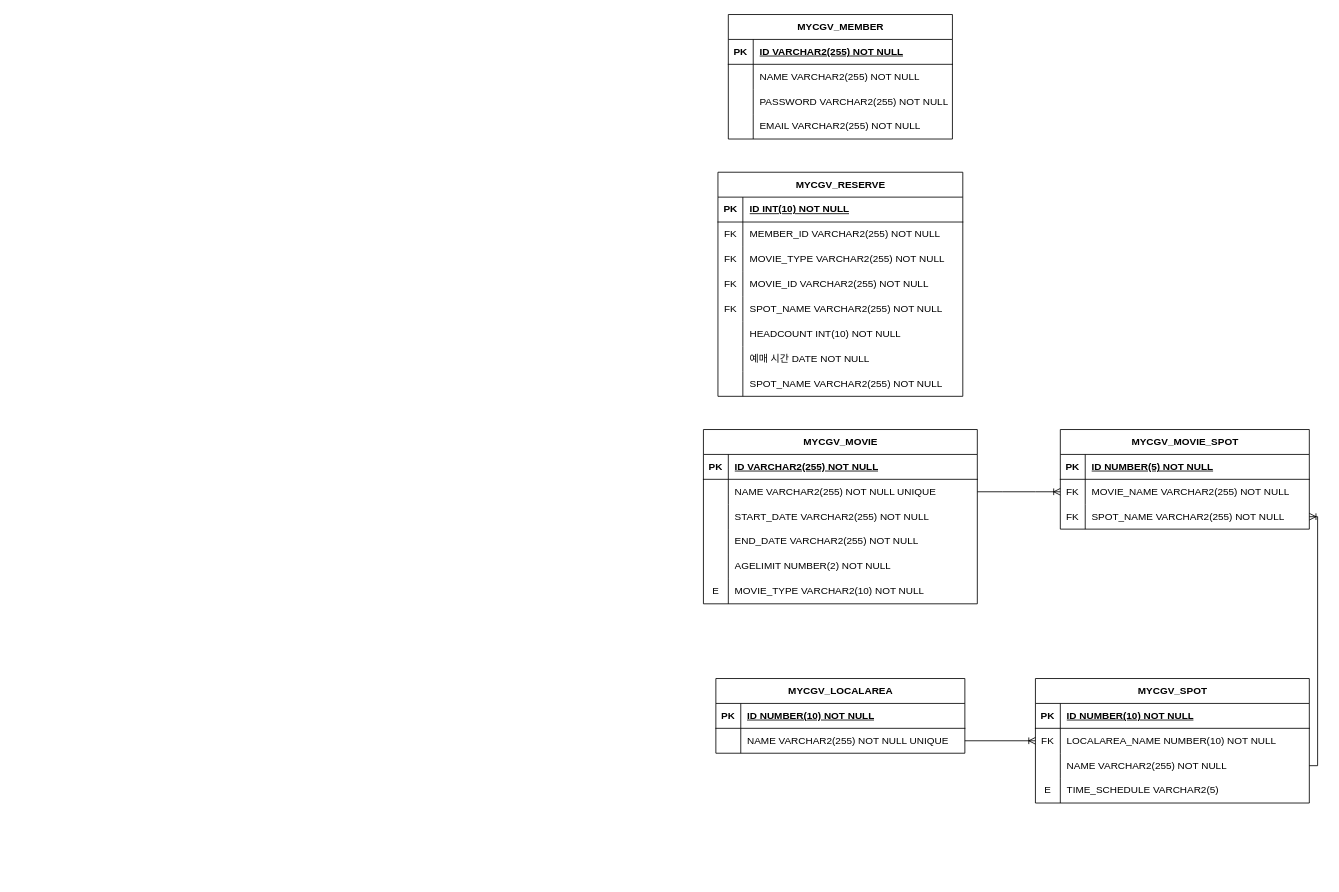
Before: new mycgv_erd.drawio in jaehyeonkim0/mycgv, a draw.io diagram. Source tidied: cells renumbered, new cells numbered last; positions are measured from the earlier drawing's top-left corner, leaving out a move shared by most shapes. Both pictures are drawn from the tidied source at 83%, with x=0, y=0 at pixel (703, 14).
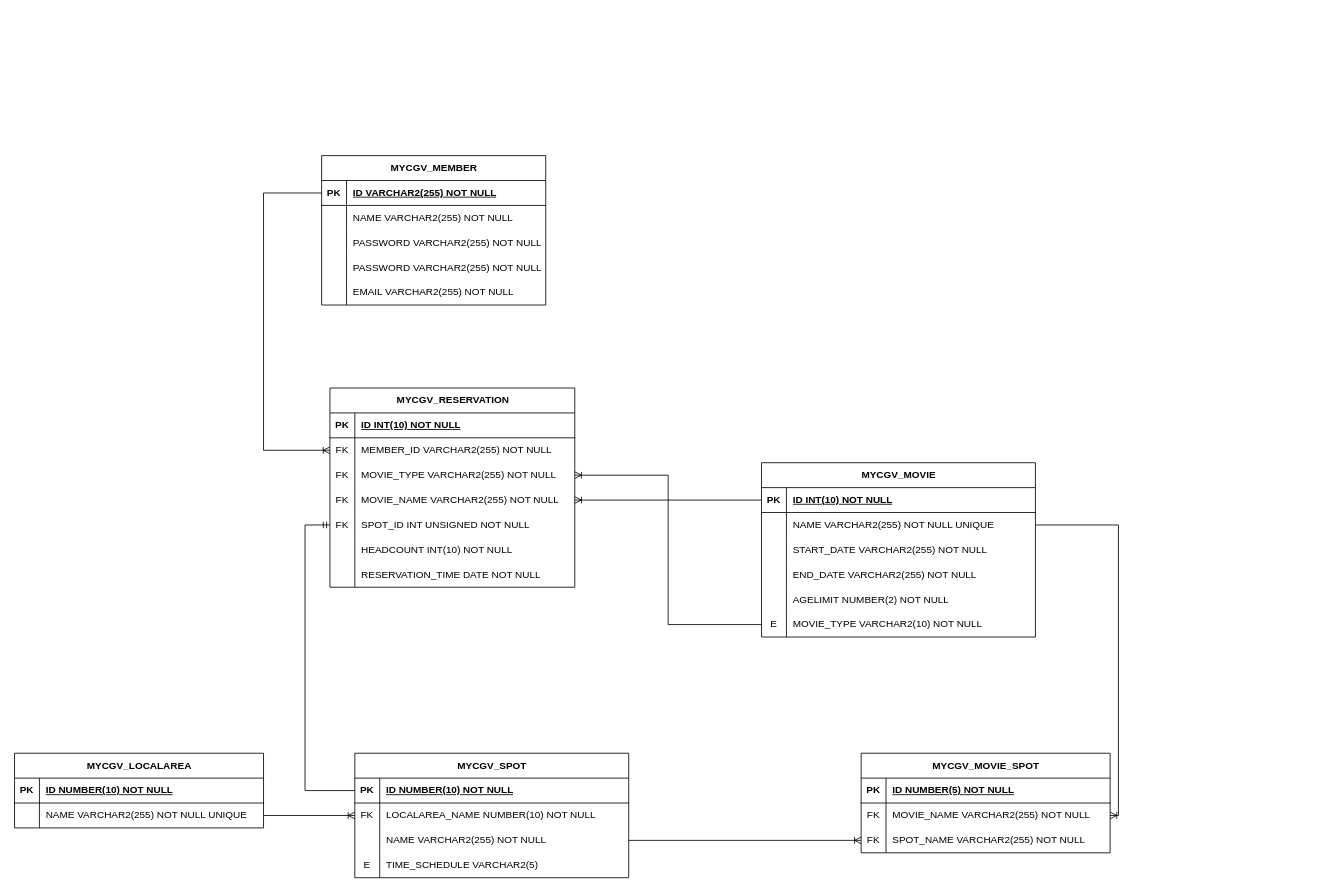
Above is the later version.

The change refers to these unchanged cells:
```xml
<mxCell id="3" style="shape=tableRow;horizontal=0;startSize=0;swimlaneHead=0;swimlaneBody=0;fillColor=none;points=[[0,0.5],[1,0.5]];portConstraint=eastwest;top=0;left=0;right=0;bottom=1;" parent="2" vertex="1">
  <mxGeometry y="30" width="330" height="30" as="geometry" />
</mxCell>
<mxCell id="6" style="shape=tableRow;horizontal=0;startSize=0;swimlaneHead=0;swimlaneBody=0;fillColor=none;points=[[0,0.5],[1,0.5]];portConstraint=eastwest;top=0;left=0;right=0;bottom=0;" parent="2" vertex="1">
  <mxGeometry y="60" width="330" height="30" as="geometry" />
</mxCell>
<mxCell id="18" style="shape=tableRow;horizontal=0;startSize=0;swimlaneHead=0;swimlaneBody=0;fillColor=none;points=[[0,0.5],[1,0.5]];portConstraint=eastwest;top=0;left=0;right=0;bottom=0;" parent="2" vertex="1">
  <mxGeometry y="180" width="330" height="30" as="geometry" />
</mxCell>
<mxCell id="29" style="shape=tableRow;horizontal=0;startSize=0;swimlaneHead=0;swimlaneBody=0;fillColor=none;points=[[0,0.5],[1,0.5]];portConstraint=eastwest;top=0;left=0;right=0;bottom=1;" parent="28" vertex="1">
  <mxGeometry y="30" width="330" height="30" as="geometry" />
</mxCell>
<mxCell id="35" style="shape=tableRow;horizontal=0;startSize=0;swimlaneHead=0;swimlaneBody=0;fillColor=none;points=[[0,0.5],[1,0.5]];portConstraint=eastwest;top=0;left=0;right=0;bottom=0;" parent="28" vertex="1">
  <mxGeometry y="90" width="330" height="30" as="geometry" />
</mxCell>
<mxCell id="46" style="shape=tableRow;horizontal=0;startSize=0;swimlaneHead=0;swimlaneBody=0;fillColor=none;points=[[0,0.5],[1,0.5]];portConstraint=eastwest;top=0;left=0;right=0;bottom=0;" parent="42" vertex="1">
  <mxGeometry y="60" width="300" height="30" as="geometry" />
</mxCell>
<mxCell id="49" style="shape=tableRow;horizontal=0;startSize=0;swimlaneHead=0;swimlaneBody=0;fillColor=none;points=[[0,0.5],[1,0.5]];portConstraint=eastwest;top=0;left=0;right=0;bottom=0;" parent="42" vertex="1">
  <mxGeometry y="90" width="300" height="30" as="geometry" />
</mxCell>
<mxCell id="55" style="shape=tableRow;horizontal=0;startSize=0;swimlaneHead=0;swimlaneBody=0;fillColor=none;points=[[0,0.5],[1,0.5]];portConstraint=eastwest;top=0;left=0;right=0;bottom=1;" parent="54" vertex="1">
  <mxGeometry y="30" width="270" height="30" as="geometry" />
</mxCell>
<mxCell id="71" style="shape=tableRow;horizontal=0;startSize=0;swimlaneHead=0;swimlaneBody=0;fillColor=none;points=[[0,0.5],[1,0.5]];portConstraint=eastwest;top=0;left=0;right=0;bottom=0;" parent="67" vertex="1">
  <mxGeometry y="60" width="295" height="30" as="geometry" />
</mxCell>
<mxCell id="74" style="shape=tableRow;horizontal=0;startSize=0;swimlaneHead=0;swimlaneBody=0;fillColor=none;points=[[0,0.5],[1,0.5]];portConstraint=eastwest;top=0;left=0;right=0;bottom=0;" parent="67" vertex="1">
  <mxGeometry y="90" width="295" height="30" as="geometry" />
</mxCell>
<mxCell id="77" style="shape=tableRow;horizontal=0;startSize=0;swimlaneHead=0;swimlaneBody=0;fillColor=none;points=[[0,0.5],[1,0.5]];portConstraint=eastwest;top=0;left=0;right=0;bottom=0;" parent="67" vertex="1">
  <mxGeometry y="120" width="295" height="30" as="geometry" />
</mxCell>
<mxCell id="80" style="shape=tableRow;horizontal=0;startSize=0;swimlaneHead=0;swimlaneBody=0;fillColor=none;points=[[0,0.5],[1,0.5]];portConstraint=eastwest;top=0;left=0;right=0;bottom=0;" parent="67" vertex="1">
  <mxGeometry y="150" width="295" height="30" as="geometry" />
</mxCell>
<mxCell id="86" style="shape=tableRow;horizontal=0;startSize=0;swimlaneHead=0;swimlaneBody=0;fillColor=none;top=0;left=0;right=0;bottom=0;" parent="67" vertex="1">
  <mxGeometry y="210" width="295" height="30" as="geometry" />
</mxCell>
```

Diff of the diagram source:
```diff
@@
     <mxCell id="2" value="MYCGV_MOVIE" style="shape=table;startSize=30;childLayout=tableLayout;rowLines=0;fontStyle=1;align=center;html=1;" parent="1" vertex="1">
-      <mxGeometry y="500" width="330" height="210" as="geometry" />
+      <mxGeometry x="70" y="540" width="330" height="210" as="geometry" />
     </mxCell>
@@
-    <mxCell id="5" value="ID VARCHAR2(255) NOT NULL" style="shape=partialRectangle;fillColor=none;top=0;left=0;bottom=0;right=0;align=left;spacingLeft=6;fontStyle=5;overflow=hidden;whiteSpace=wrap;html=1;" parent="3" vertex="1">
+    <mxCell id="5" value="ID INT(10) NOT NULL" style="shape=partialRectangle;fillColor=none;top=0;left=0;bottom=0;right=0;align=left;spacingLeft=6;fontStyle=5;overflow=hidden;whiteSpace=wrap;html=1;" parent="3" vertex="1">
       <mxGeometry x="30" width="300" height="30" as="geometry" />
     </mxCell>
@@
     <mxCell id="21" value="MYCGV_LOCALAREA" style="shape=table;startSize=30;childLayout=tableLayout;rowLines=0;fontStyle=1;align=center;html=1;" parent="1" vertex="1">
-      <mxGeometry x="15" y="800" width="300" height="90" as="geometry" />
+      <mxGeometry x="-830" y="890" width="300" height="90" as="geometry" />
     </mxCell>
@@
     <mxCell id="28" value="MYCGV_SPOT" style="shape=table;startSize=30;childLayout=tableLayout;rowLines=0;fontStyle=1;align=center;html=1;" parent="1" vertex="1">
-      <mxGeometry x="400" y="800" width="330" height="150" as="geometry" />
+      <mxGeometry x="-420" y="890" width="330" height="150" as="geometry" />
     </mxCell>
@@
     <mxCell id="42" value="MYCGV_MOVIE_SPOT" style="shape=table;startSize=30;childLayout=tableLayout;rowLines=0;fontStyle=1;align=center;html=1;" parent="1" vertex="1">
-      <mxGeometry x="430" y="500" width="300" height="120" as="geometry" />
+      <mxGeometry x="190" y="890" width="300" height="120" as="geometry" />
     </mxCell>
@@
-    <mxCell id="52" style="edgeStyle=entityRelationEdgeStyle;fontSize=12;html=1;endArrow=ERoneToMany;rounded=0;exitX=1;exitY=0.5;exitDx=0;exitDy=0;entryX=0;entryY=0.5;entryDx=0;entryDy=0;" parent="1" edge="1" source="6" target="46">
+    <mxCell id="52" style="edgeStyle=orthogonalEdgeStyle;fontSize=12;html=1;endArrow=ERoneToMany;rounded=0;exitX=1;exitY=0.5;exitDx=0;exitDy=0;entryX=1;entryY=0.5;entryDx=0;entryDy=0;" parent="1" edge="1" source="6" target="46">
       <mxGeometry relative="1" as="geometry" />
     </mxCell>
-    <mxCell id="53" style="edgeStyle=orthogonalEdgeStyle;fontSize=12;html=1;endArrow=ERoneToMany;rounded=0;exitX=1;exitY=0.5;exitDx=0;exitDy=0;entryX=1;entryY=0.5;entryDx=0;entryDy=0;" parent="1" edge="1" source="35" target="49">
+    <mxCell id="53" style="edgeStyle=orthogonalEdgeStyle;fontSize=12;html=1;endArrow=ERoneToMany;rounded=0;exitX=1;exitY=0.5;exitDx=0;exitDy=0;entryX=0;entryY=0.5;entryDx=0;entryDy=0;" parent="1" edge="1" source="35" target="49">
       <mxGeometry relative="1" as="geometry" />
     </mxCell>
     <mxCell id="54" value="MYCGV_MEMBER" style="shape=table;startSize=30;childLayout=tableLayout;rowLines=0;fontStyle=1;align=center;html=1;" parent="1" vertex="1">
-      <mxGeometry x="30" width="270" height="150" as="geometry" />
+      <mxGeometry x="-460" y="170" width="270" height="180" as="geometry" />
     </mxCell>
@@
+    <mxCell id="92" style="shape=tableRow;horizontal=0;startSize=0;swimlaneHead=0;swimlaneBody=0;fillColor=none;top=0;left=0;right=0;bottom=0;" parent="54" vertex="1">
+      <mxGeometry y="90" width="270" height="30" as="geometry" />
+    </mxCell>
+    <mxCell id="90" style="shape=partialRectangle;fillColor=none;top=0;left=0;bottom=0;right=0;overflow=hidden;whiteSpace=wrap;html=1;" parent="92" vertex="1">
+      <mxGeometry width="30" height="30" as="geometry" />
+    </mxCell>
+    <mxCell id="93" value="PASSWORD VARCHAR2(255) NOT NULL" style="shape=partialRectangle;fillColor=none;top=0;left=0;bottom=0;right=0;align=left;spacingLeft=6;overflow=hidden;whiteSpace=wrap;html=1;" parent="92" vertex="1">
+      <mxGeometry x="30" width="240" height="30" as="geometry" />
+    </mxCell>
     <mxCell id="61" style="shape=tableRow;horizontal=0;startSize=0;swimlaneHead=0;swimlaneBody=0;fillColor=none;top=0;left=0;right=0;bottom=0;" parent="54" vertex="1">
-      <mxGeometry y="90" width="270" height="30" as="geometry" />
+      <mxGeometry y="120" width="270" height="30" as="geometry" />
     </mxCell>
@@
     <mxCell id="64" style="shape=tableRow;horizontal=0;startSize=0;swimlaneHead=0;swimlaneBody=0;fillColor=none;top=0;left=0;right=0;bottom=0;" parent="54" vertex="1">
-      <mxGeometry y="120" width="270" height="30" as="geometry" />
+      <mxGeometry y="150" width="270" height="30" as="geometry" />
     </mxCell>
@@
-    <mxCell id="67" value="MYCGV_RESERVE" style="shape=table;startSize=30;childLayout=tableLayout;rowLines=0;fontStyle=1;align=center;html=1;" parent="1" vertex="1">
-      <mxGeometry x="17.5" y="190" width="295" height="270" as="geometry" />
+    <mxCell id="67" value="MYCGV_RESERVATION" style="shape=table;startSize=30;childLayout=tableLayout;rowLines=0;fontStyle=1;align=center;html=1;" parent="1" vertex="1">
+      <mxGeometry x="-450" y="450" width="295" height="240" as="geometry" />
     </mxCell>
@@
-    <mxCell id="79" value="MOVIE_ID VARCHAR2(255) NOT NULL" style="shape=partialRectangle;fillColor=none;top=0;left=0;bottom=0;right=0;align=left;spacingLeft=6;overflow=hidden;whiteSpace=wrap;html=1;" parent="77" vertex="1">
+    <mxCell id="79" value="MOVIE_NAME VARCHAR2(255) NOT NULL" style="shape=partialRectangle;fillColor=none;top=0;left=0;bottom=0;right=0;align=left;spacingLeft=6;overflow=hidden;whiteSpace=wrap;html=1;" parent="77" vertex="1">
       <mxGeometry x="30" width="265" height="30" as="geometry" />
     </mxCell>
@@
-    <mxCell id="82" value="SPOT_NAME VARCHAR2(255) NOT NULL" style="shape=partialRectangle;fillColor=none;top=0;left=0;bottom=0;right=0;align=left;spacingLeft=6;overflow=hidden;whiteSpace=wrap;html=1;" parent="80" vertex="1">
+    <mxCell id="82" value="SPOT_ID INT UNSIGNED NOT NULL" style="shape=partialRectangle;fillColor=none;top=0;left=0;bottom=0;right=0;align=left;spacingLeft=6;overflow=hidden;whiteSpace=wrap;html=1;" parent="80" vertex="1">
       <mxGeometry x="30" width="265" height="30" as="geometry" />
     </mxCell>
@@
-    <mxCell id="88" value="예매 시간 DATE NOT NULL" style="shape=partialRectangle;fillColor=none;top=0;left=0;bottom=0;right=0;align=left;spacingLeft=6;overflow=hidden;whiteSpace=wrap;html=1;" parent="86" vertex="1">
+    <mxCell id="88" value="RESERVATION_TIME DATE NOT NULL" style="shape=partialRectangle;fillColor=none;top=0;left=0;bottom=0;right=0;align=left;spacingLeft=6;overflow=hidden;whiteSpace=wrap;html=1;" parent="86" vertex="1">
       <mxGeometry x="30" width="265" height="30" as="geometry" />
     </mxCell>
-    <mxCell id="89" style="shape=tableRow;horizontal=0;startSize=0;swimlaneHead=0;swimlaneBody=0;fillColor=none;top=0;left=0;right=0;bottom=0;" parent="67" vertex="1">
-      <mxGeometry y="240" width="295" height="30" as="geometry" />
-    </mxCell>
-    <mxCell id="90" style="shape=partialRectangle;fillColor=none;top=0;left=0;bottom=0;right=0;overflow=hidden;whiteSpace=wrap;html=1;" parent="89" vertex="1">
-      <mxGeometry width="30" height="30" as="geometry" />
-    </mxCell>
-    <mxCell id="91" value="SPOT_NAME VARCHAR2(255) NOT NULL" style="shape=partialRectangle;fillColor=none;top=0;left=0;bottom=0;right=0;align=left;spacingLeft=6;overflow=hidden;whiteSpace=wrap;html=1;" parent="89" vertex="1">
-      <mxGeometry x="30" width="265" height="30" as="geometry" />
-    </mxCell>
+    <mxCell id="94" style="edgeStyle=orthogonalEdgeStyle;fontSize=12;html=1;endArrow=ERoneToMany;rounded=0;entryX=0;entryY=0.5;entryDx=0;entryDy=0;exitX=0;exitY=0.5;exitDx=0;exitDy=0;" parent="1" edge="1" source="55" target="71">
+      <mxGeometry relative="1" as="geometry">
+        <Array as="points">
+          <mxPoint x="-530" y="215" />
+          <mxPoint x="-530" y="525" />
+        </Array>
+      </mxGeometry>
+    </mxCell>
+    <mxCell id="95" style="edgeStyle=orthogonalEdgeStyle;fontSize=12;html=1;endArrow=ERoneToMany;rounded=0;entryX=1;entryY=0.5;entryDx=0;entryDy=0;exitX=0;exitY=0.5;exitDx=0;exitDy=0;" parent="1" edge="1" source="18" target="74">
+      <mxGeometry relative="1" as="geometry" />
+    </mxCell>
+    <mxCell id="96" style="edgeStyle=orthogonalEdgeStyle;fontSize=12;html=1;endArrow=ERoneToMany;rounded=0;entryX=1;entryY=0.5;entryDx=0;entryDy=0;exitX=0;exitY=0.5;exitDx=0;exitDy=0;" parent="1" edge="1" source="3" target="77">
+      <mxGeometry relative="1" as="geometry">
+        <Array as="points">
+          <mxPoint x="70" y="585" />
+        </Array>
+      </mxGeometry>
+    </mxCell>
+    <mxCell id="97" style="edgeStyle=orthogonalEdgeStyle;fontSize=12;html=1;endArrow=ERmandOne;rounded=0;exitX=0;exitY=0.5;exitDx=0;exitDy=0;entryX=0;entryY=0.5;entryDx=0;entryDy=0;" parent="1" edge="1" source="29" target="80">
+      <mxGeometry relative="1" as="geometry">
+        <Array as="points">
+          <mxPoint x="-480" y="935" />
+          <mxPoint x="-480" y="615" />
+        </Array>
+      </mxGeometry>
+    </mxCell>
```
